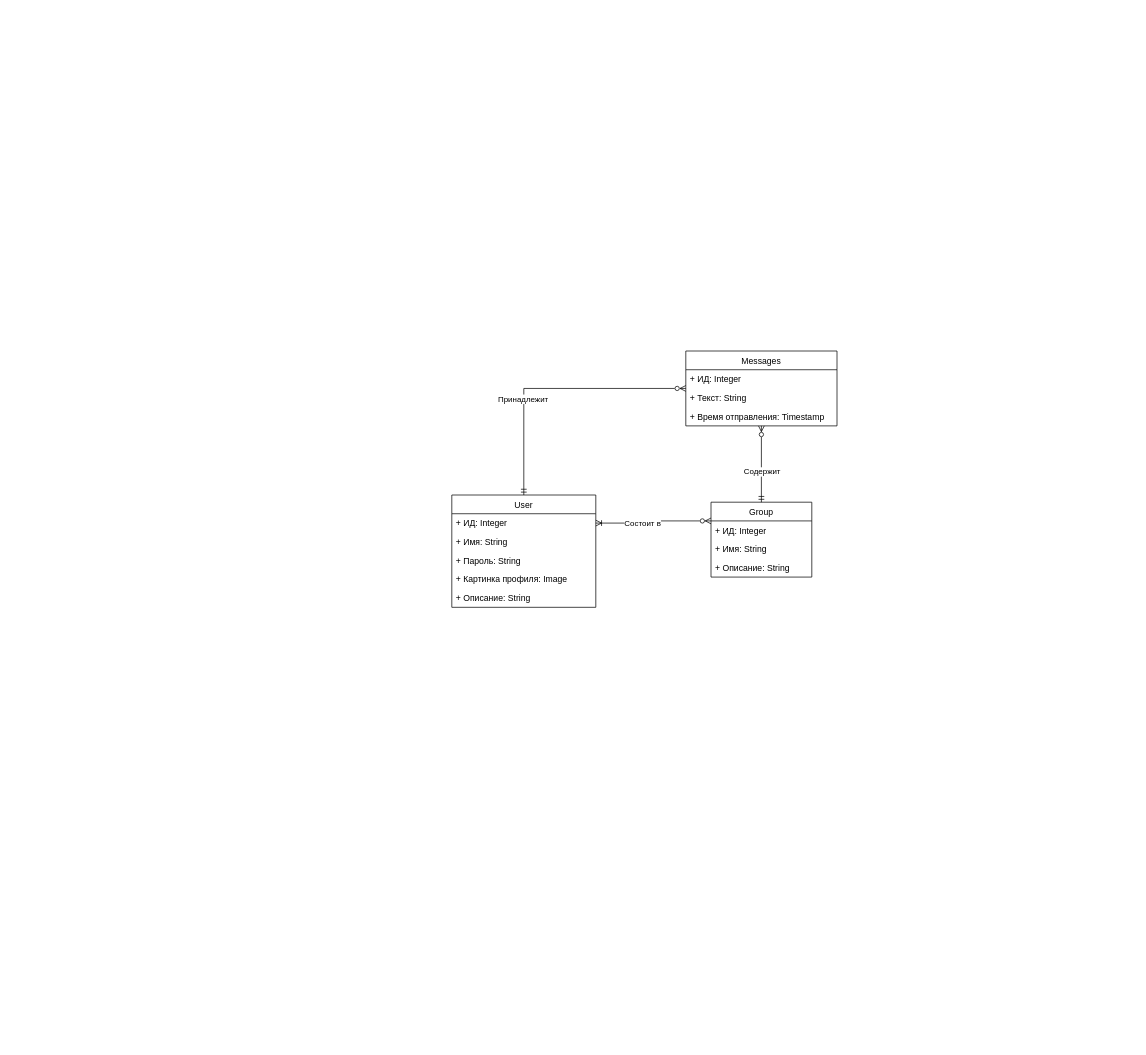
Earlier version of the draw.io diagram documentation/ER OSMessenger.drawio (Kostyansa/OSMessenger). Source tidied: cells renumbered, new cells numbered last; positions are measured from the earlier drawing's top-left corner, leaving out a move shared by most shapes. Both pictures are drawn from the tidied source at 72%, with x=0, y=0 at pixel (451, 351).
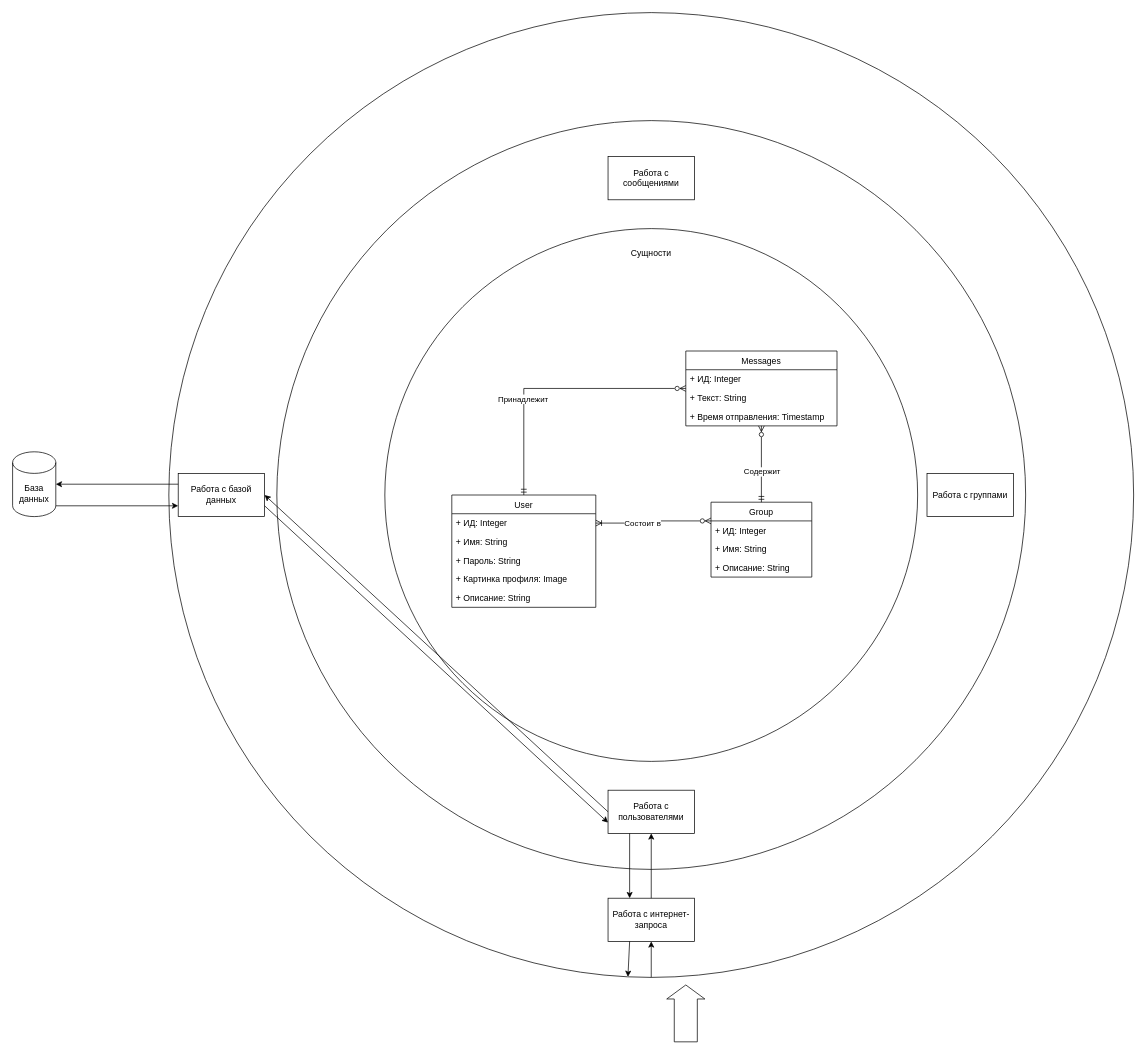
Above is the later version.

Diff of the diagram source:
```diff
@@
+    <mxCell id="22" style="ellipse;whiteSpace=wrap;html=1;" parent="1" vertex="1">
+      <mxGeometry x="-393" y="-470" width="1340" height="1340" as="geometry" />
+    </mxCell>
+    <mxCell id="23" style="ellipse;whiteSpace=wrap;html=1;" parent="1" vertex="1">
+      <mxGeometry x="-243" y="-320" width="1040" height="1040" as="geometry" />
+    </mxCell>
+    <mxCell id="24" style="ellipse;whiteSpace=wrap;html=1;" parent="1" vertex="1">
+      <mxGeometry x="-93" y="-170" width="740" height="740" as="geometry" />
+    </mxCell>
@@
+    <mxCell id="25" value="Сущности" style="text;html=1;strokeColor=none;fillColor=none;align=center;verticalAlign=middle;whiteSpace=wrap;rounded=0;" parent="1" vertex="1">
+      <mxGeometry x="247" y="-150" width="60" height="30" as="geometry" />
+    </mxCell>
+    <mxCell id="26" value="Работа с сообщениями" style="rounded=0;whiteSpace=wrap;html=1;" parent="1" vertex="1">
+      <mxGeometry x="217" y="-270" width="120" height="60" as="geometry" />
+    </mxCell>
+    <mxCell id="27" value="Работа с пользователями" style="rounded=0;whiteSpace=wrap;html=1;" parent="1" vertex="1">
+      <mxGeometry x="217" y="610" width="120" height="60" as="geometry" />
+    </mxCell>
+    <mxCell id="28" value="Работа с группами" style="rounded=0;whiteSpace=wrap;html=1;" parent="1" vertex="1">
+      <mxGeometry x="660" y="170" width="120" height="60" as="geometry" />
+    </mxCell>
+    <mxCell id="29" value="Работа с базой данных" style="rounded=0;whiteSpace=wrap;html=1;" parent="1" vertex="1">
+      <mxGeometry x="-380" y="170" width="120" height="60" as="geometry" />
+    </mxCell>
+    <mxCell id="30" value="Работа с интернет-запроса" style="rounded=0;whiteSpace=wrap;html=1;" parent="1" vertex="1">
+      <mxGeometry x="217" y="760" width="120" height="60" as="geometry" />
+    </mxCell>
+    <mxCell id="31" style="endArrow=classic;html=1;rounded=0;exitX=0;exitY=0.5;exitDx=0;exitDy=0;entryX=1;entryY=0.5;entryDx=0;entryDy=0;" parent="1" edge="1" source="27" target="29">
+      <mxGeometry relative="1" as="geometry" />
+    </mxCell>
+    <mxCell id="32" style="shape=flexArrow;endArrow=classic;html=1;rounded=0;width=32;endSize=6.16;" parent="1" edge="1">
+      <mxGeometry relative="1" as="geometry">
+        <mxPoint x="325" y="960" as="sourcePoint" />
+        <mxPoint x="325" y="880" as="targetPoint" />
+      </mxGeometry>
+    </mxCell>
+    <mxCell id="33" style="endArrow=classic;html=1;rounded=0;exitX=0.5;exitY=1;exitDx=0;exitDy=0;entryX=0.5;entryY=1;entryDx=0;entryDy=0;" parent="1" edge="1" source="22" target="30">
+      <mxGeometry relative="1" as="geometry" />
+    </mxCell>
+    <mxCell id="34" style="endArrow=classic;html=1;rounded=0;exitX=0.5;exitY=0;exitDx=0;exitDy=0;entryX=0.5;entryY=1;entryDx=0;entryDy=0;" parent="1" edge="1" source="30" target="27">
+      <mxGeometry relative="1" as="geometry" />
+    </mxCell>
+    <mxCell id="35" style="endArrow=classic;html=1;rounded=0;exitX=0;exitY=0.25;exitDx=0;exitDy=0;" parent="1" edge="1" source="29" target="36">
+      <mxGeometry relative="1" as="geometry" />
+    </mxCell>
+    <mxCell id="36" value="База данных" style="shape=cylinder3;whiteSpace=wrap;html=1;boundedLbl=1;backgroundOutline=1;size=15;" parent="1" vertex="1">
+      <mxGeometry x="-610" y="140" width="60" height="90" as="geometry" />
+    </mxCell>
+    <mxCell id="37" style="endArrow=classic;html=1;rounded=0;exitX=1;exitY=1;exitDx=0;exitDy=-15;exitPerimeter=0;entryX=0;entryY=0.75;entryDx=0;entryDy=0;" parent="1" edge="1" source="36" target="29">
+      <mxGeometry relative="1" as="geometry" />
+    </mxCell>
+    <mxCell id="38" style="endArrow=classic;html=1;rounded=0;exitX=1;exitY=0.75;exitDx=0;exitDy=0;entryX=0;entryY=0.75;entryDx=0;entryDy=0;" parent="1" edge="1" source="29" target="27">
+      <mxGeometry relative="1" as="geometry" />
+    </mxCell>
+    <mxCell id="39" style="endArrow=classic;html=1;rounded=0;exitX=0.25;exitY=1;exitDx=0;exitDy=0;entryX=0.25;entryY=0;entryDx=0;entryDy=0;" parent="1" edge="1" source="27" target="30">
+      <mxGeometry relative="1" as="geometry" />
+    </mxCell>
+    <mxCell id="40" style="endArrow=classic;html=1;rounded=0;exitX=0.25;exitY=1;exitDx=0;exitDy=0;" parent="1" edge="1" source="30" target="22">
+      <mxGeometry relative="1" as="geometry" />
+    </mxCell>
```
